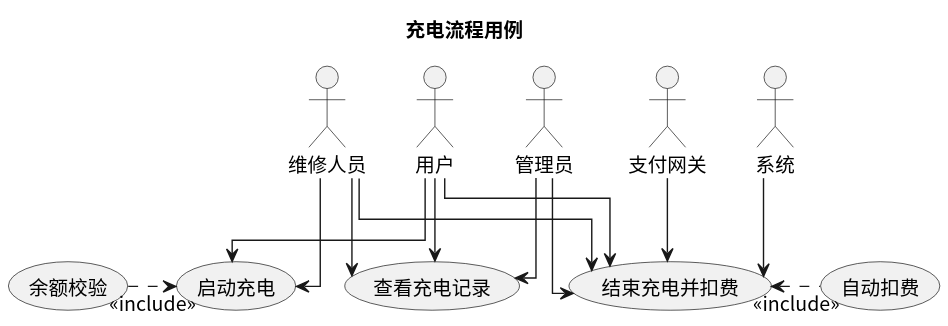
Earlier version of the PlantUML export usecase/docs/backend/img/charging_flow.svg (greenhandzdl/charging-station-doc).
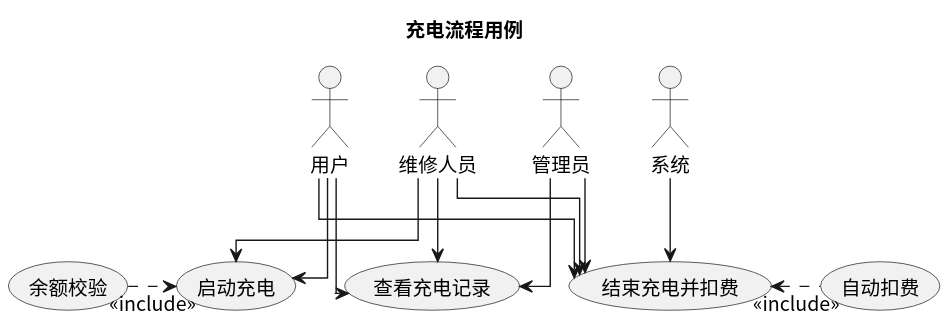
Later version of the same file.

Diff of the diagram source:
```diff
@@ -8,7 +8,6 @@
 actor "维修人员" as M
 actor "管理员" as A
 actor "系统" as S
-actor "支付网关" as P
 
 (启动充电)
 (余额校验)
@@ -25,7 +24,6 @@
 A --> 结束充电并扣费
 A --> 查看充电记录
 S --> 结束充电并扣费
-P --> 结束充电并扣费
 
 启动充电 <.left. 余额校验 : <<include>>
 结束充电并扣费 <.right. 自动扣费 : <<include>>
```
